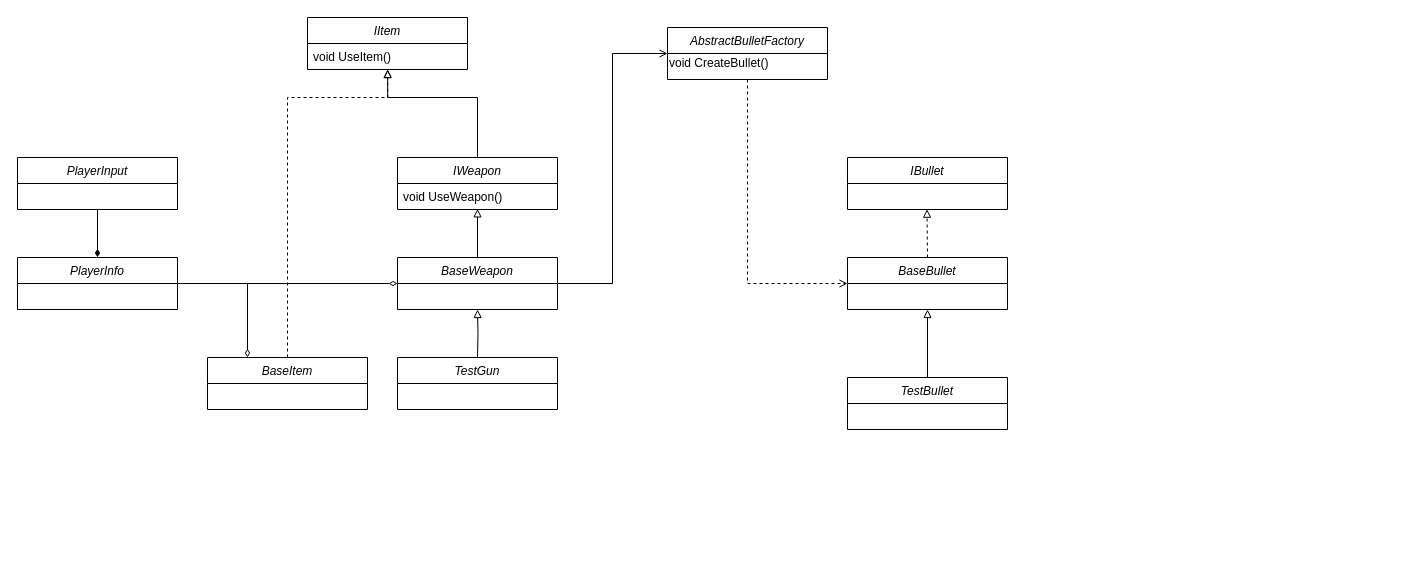
This is UML/Item.drawio from AppleMangoSpd/FPSWithTower, a draw.io file, before an edit. Source tidied: cells renumbered, new cells numbered last; positions are measured from the earlier drawing's top-left corner, leaving out a move shared by most shapes. Both pictures are drawn from the tidied source at 100%, with x=0, y=0 at pixel (17, 17).
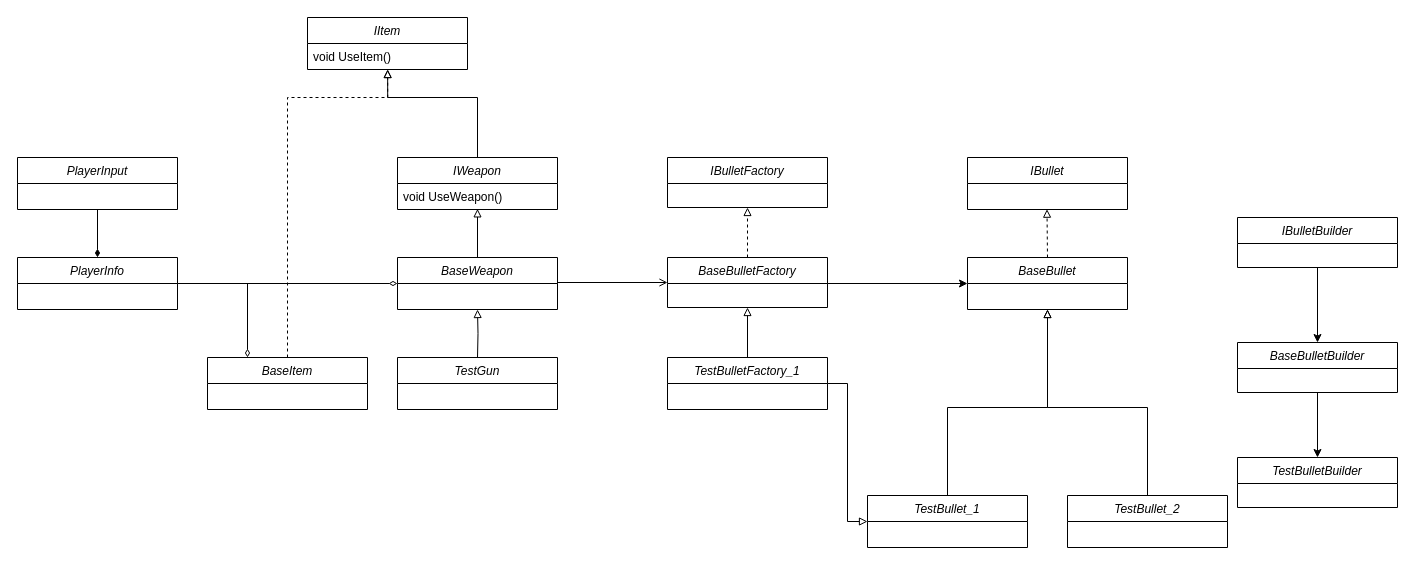
The same page after the edit.

The change refers to these unchanged cells:
```xml
<mxCell id="16" value="BaseWeapon" style="swimlane;fontStyle=2;align=center;verticalAlign=top;horizontal=1;startSize=26;rounded=0;shadow=0;strokeWidth=1;" parent="1" vertex="1">
  <mxGeometry x="380" y="240" width="160" height="52" as="geometry" />
</mxCell>
```

Diff of the diagram source:
```diff
@@
     <mxCell id="15" style="edgeStyle=orthogonalEdgeStyle;rounded=0;jettySize=auto;html=1;exitX=1;exitY=0.5;exitDx=0;exitDy=0;entryX=0;entryY=0.5;entryDx=0;entryDy=0;endArrow=open;endFill=0;" parent="1" edge="1" source="16" target="22">
-      <mxGeometry relative="1" as="geometry" />
+      <mxGeometry relative="1" as="geometry">
+        <Array as="points">
+          <mxPoint x="540" y="265" />
+        </Array>
+      </mxGeometry>
     </mxCell>
@@
-    <mxCell id="18" style="edgeStyle=orthogonalEdgeStyle;rounded=0;jettySize=auto;html=1;entryX=0;entryY=0.5;entryDx=0;entryDy=0;endArrow=open;endFill=0;dashed=1;exitX=0.5;exitY=1;exitDx=0;exitDy=0;" parent="1" edge="1" source="22" target="21">
-      <mxGeometry relative="1" as="geometry" />
-    </mxCell>
     <mxCell id="19" value="IBullet" style="swimlane;fontStyle=2;align=center;verticalAlign=top;horizontal=1;startSize=26;rounded=0;shadow=0;strokeWidth=1;" parent="1" vertex="1">
-      <mxGeometry x="830" y="140" width="160" height="52" as="geometry" />
+      <mxGeometry x="950" y="140" width="160" height="52" as="geometry" />
     </mxCell>
     <mxCell id="20" style="edgeStyle=orthogonalEdgeStyle;rounded=0;jettySize=auto;html=1;exitX=0.5;exitY=0;exitDx=0;exitDy=0;entryX=0.497;entryY=0.989;entryDx=0;entryDy=0;entryPerimeter=0;endArrow=block;endFill=0;dashed=1;" parent="1" edge="1" source="21">
       <mxGeometry relative="1" as="geometry">
-        <mxPoint x="909.5" y="191.7" as="targetPoint" />
+        <mxPoint x="1029.5" y="191.7" as="targetPoint" />
       </mxGeometry>
     </mxCell>
     <mxCell id="21" value="BaseBullet" style="swimlane;fontStyle=2;align=center;verticalAlign=top;horizontal=1;startSize=26;rounded=0;shadow=0;strokeWidth=1;" parent="1" vertex="1">
-      <mxGeometry x="830" y="240" width="160" height="52" as="geometry" />
+      <mxGeometry x="950" y="240" width="160" height="52" as="geometry" />
     </mxCell>
+    <mxCell id="18" style="edgeStyle=orthogonalEdgeStyle;rounded=0;jettySize=auto;html=1;exitX=1;exitY=0.5;exitDx=0;exitDy=0;entryX=0;entryY=0.5;entryDx=0;entryDy=0;" parent="1" edge="1" source="22" target="21">
+      <mxGeometry relative="1" as="geometry">
+        <Array as="points">
+          <mxPoint x="810" y="266" />
+        </Array>
+      </mxGeometry>
+    </mxCell>
-    <mxCell id="22" value="AbstractBulletFactory" style="swimlane;fontStyle=2;align=center;verticalAlign=top;horizontal=1;startSize=26;rounded=0;shadow=0;strokeWidth=1;" parent="1" vertex="1">
-      <mxGeometry x="650" y="10" width="160" height="52" as="geometry" />
+    <mxCell id="22" value="BaseBulletFactory" style="swimlane;fontStyle=2;align=center;verticalAlign=top;horizontal=1;startSize=26;rounded=0;shadow=0;strokeWidth=1;" parent="1" vertex="1">
+      <mxGeometry x="650" y="240" width="160" height="50" as="geometry" />
     </mxCell>
-    <mxCell id="23" value="void CreateBullet()" style="text;html=1;align=left;verticalAlign=middle;" parent="22" vertex="1">
-      <mxGeometry y="26" width="160" height="20" as="geometry" />
-    </mxCell>
@@
     <mxCell id="25" style="edgeStyle=orthogonalEdgeStyle;rounded=0;jettySize=auto;html=1;entryX=0.5;entryY=1;entryDx=0;entryDy=0;endArrow=block;endFill=0;" parent="1" edge="1" source="26" target="21">
-      <mxGeometry relative="1" as="geometry" />
+      <mxGeometry relative="1" as="geometry">
+        <Array as="points">
+          <mxPoint x="930" y="390" />
+          <mxPoint x="1030" y="390" />
+        </Array>
+      </mxGeometry>
     </mxCell>
-    <mxCell id="26" value="TestBullet" style="swimlane;fontStyle=2;align=center;verticalAlign=top;horizontal=1;startSize=26;rounded=0;shadow=0;strokeWidth=1;" parent="1" vertex="1">
-      <mxGeometry x="830" y="360" width="160" height="52" as="geometry" />
+    <mxCell id="26" value="TestBullet_1" style="swimlane;fontStyle=2;align=center;verticalAlign=top;horizontal=1;startSize=26;rounded=0;shadow=0;strokeWidth=1;" parent="1" vertex="1">
+      <mxGeometry x="850" y="478" width="160" height="52" as="geometry" />
     </mxCell>
+    <mxCell id="27" style="edgeStyle=orthogonalEdgeStyle;rounded=0;jettySize=auto;html=1;exitX=0.5;exitY=0;exitDx=0;exitDy=0;endArrow=block;endFill=0;entryX=0.5;entryY=1;entryDx=0;entryDy=0;" parent="1" edge="1" source="28" target="21">
+      <mxGeometry relative="1" as="geometry">
+        <Array as="points">
+          <mxPoint x="1130" y="390" />
+          <mxPoint x="1030" y="390" />
+        </Array>
+      </mxGeometry>
+    </mxCell>
+    <mxCell id="28" value="TestBullet_2" style="swimlane;fontStyle=2;align=center;verticalAlign=top;horizontal=1;startSize=26;rounded=0;shadow=0;strokeWidth=1;" parent="1" vertex="1">
+      <mxGeometry x="1050" y="478" width="160" height="52" as="geometry" />
+    </mxCell>
+    <mxCell id="29" value="IBulletFactory" style="swimlane;fontStyle=2;align=center;verticalAlign=top;horizontal=1;startSize=26;rounded=0;shadow=0;strokeWidth=1;" parent="1" vertex="1">
+      <mxGeometry x="650" y="140" width="160" height="50" as="geometry" />
+    </mxCell>
+    <mxCell id="30" style="edgeStyle=orthogonalEdgeStyle;rounded=0;jettySize=auto;html=1;exitX=0.5;exitY=0;exitDx=0;exitDy=0;endArrow=block;endFill=0;dashed=1;" parent="1" edge="1" source="22" target="29">
+      <mxGeometry relative="1" as="geometry" />
+    </mxCell>
+    <mxCell id="31" style="edgeStyle=orthogonalEdgeStyle;rounded=0;jettySize=auto;html=1;exitX=0.5;exitY=0;exitDx=0;exitDy=0;entryX=0.5;entryY=1;entryDx=0;entryDy=0;endArrow=block;endFill=0;" parent="1" edge="1" source="33" target="22">
+      <mxGeometry relative="1" as="geometry" />
+    </mxCell>
+    <mxCell id="32" style="edgeStyle=orthogonalEdgeStyle;rounded=0;jettySize=auto;html=1;exitX=1;exitY=0.5;exitDx=0;exitDy=0;entryX=0;entryY=0.5;entryDx=0;entryDy=0;endArrow=block;endFill=0;" parent="1" edge="1" source="33" target="26">
+      <mxGeometry relative="1" as="geometry" />
+    </mxCell>
+    <mxCell id="33" value="TestBulletFactory_1" style="swimlane;fontStyle=2;align=center;verticalAlign=top;horizontal=1;startSize=26;rounded=0;shadow=0;strokeWidth=1;" parent="1" vertex="1">
+      <mxGeometry x="650" y="340" width="160" height="52" as="geometry" />
+    </mxCell>
+    <mxCell id="34" style="edgeStyle=orthogonalEdgeStyle;rounded=0;jettySize=auto;html=1;exitX=0.5;exitY=1;exitDx=0;exitDy=0;entryX=0.5;entryY=0;entryDx=0;entryDy=0;" parent="1" edge="1" source="35" target="38">
+      <mxGeometry relative="1" as="geometry" />
+    </mxCell>
+    <mxCell id="35" value="BaseBulletBuilder" style="swimlane;fontStyle=2;align=center;verticalAlign=top;horizontal=1;startSize=26;rounded=0;shadow=0;strokeWidth=1;" parent="1" vertex="1">
+      <mxGeometry x="1220" y="325" width="160" height="50" as="geometry" />
+    </mxCell>
+    <mxCell id="36" style="edgeStyle=orthogonalEdgeStyle;rounded=0;jettySize=auto;html=1;exitX=0.5;exitY=1;exitDx=0;exitDy=0;entryX=0.5;entryY=0;entryDx=0;entryDy=0;" parent="1" edge="1" source="37" target="35">
+      <mxGeometry relative="1" as="geometry" />
+    </mxCell>
+    <mxCell id="37" value="IBulletBuilder" style="swimlane;fontStyle=2;align=center;verticalAlign=top;horizontal=1;startSize=26;rounded=0;shadow=0;strokeWidth=1;" parent="1" vertex="1">
+      <mxGeometry x="1220" y="200" width="160" height="50" as="geometry" />
+    </mxCell>
+    <mxCell id="38" value="TestBulletBuilder" style="swimlane;fontStyle=2;align=center;verticalAlign=top;horizontal=1;startSize=26;rounded=0;shadow=0;strokeWidth=1;" parent="1" vertex="1">
+      <mxGeometry x="1220" y="440" width="160" height="50" as="geometry" />
+    </mxCell>
```
